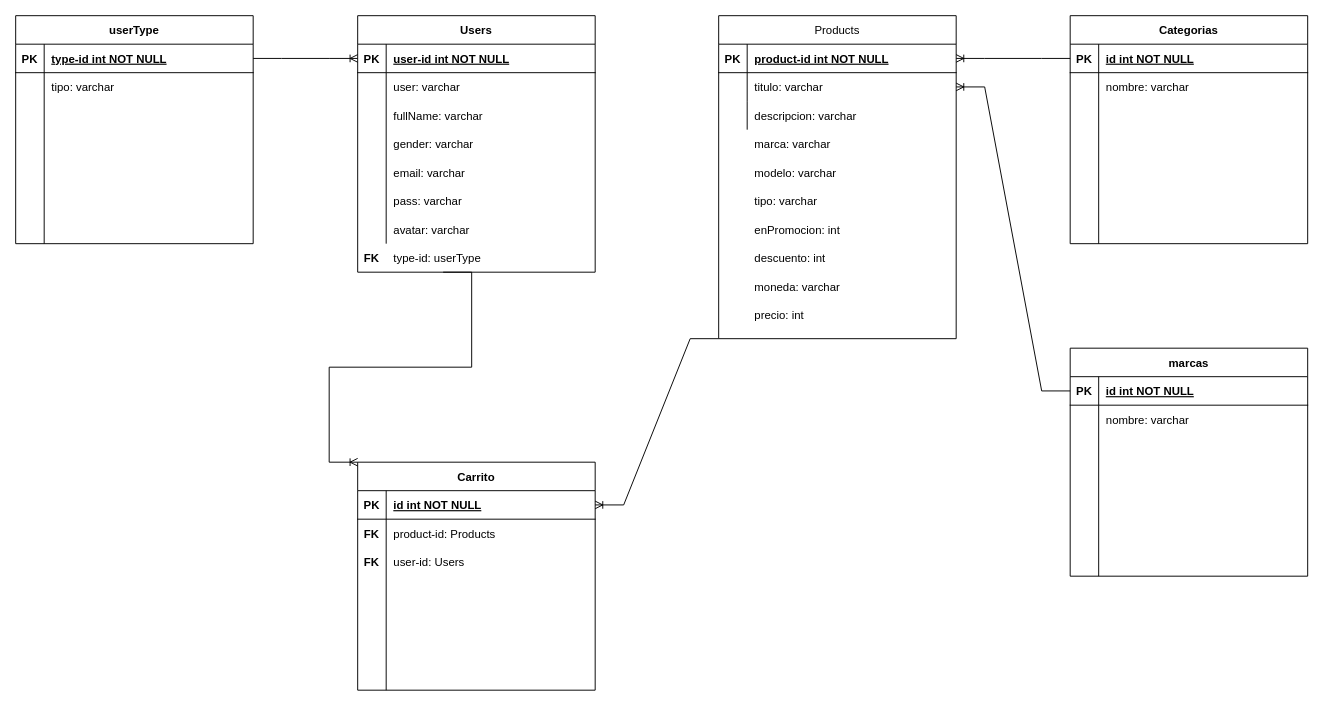
Above: diagrama-db.drawio in LuisMalpeli/grupo_7_DigitalMarket (draw.io), before the change. Source tidied: cells renumbered, new cells numbered last; positions are measured from the earlier drawing's top-left corner, leaving out a move shared by most shapes. Both pictures are drawn from the tidied source at 95%, with x=0, y=0 at pixel (15, 15).
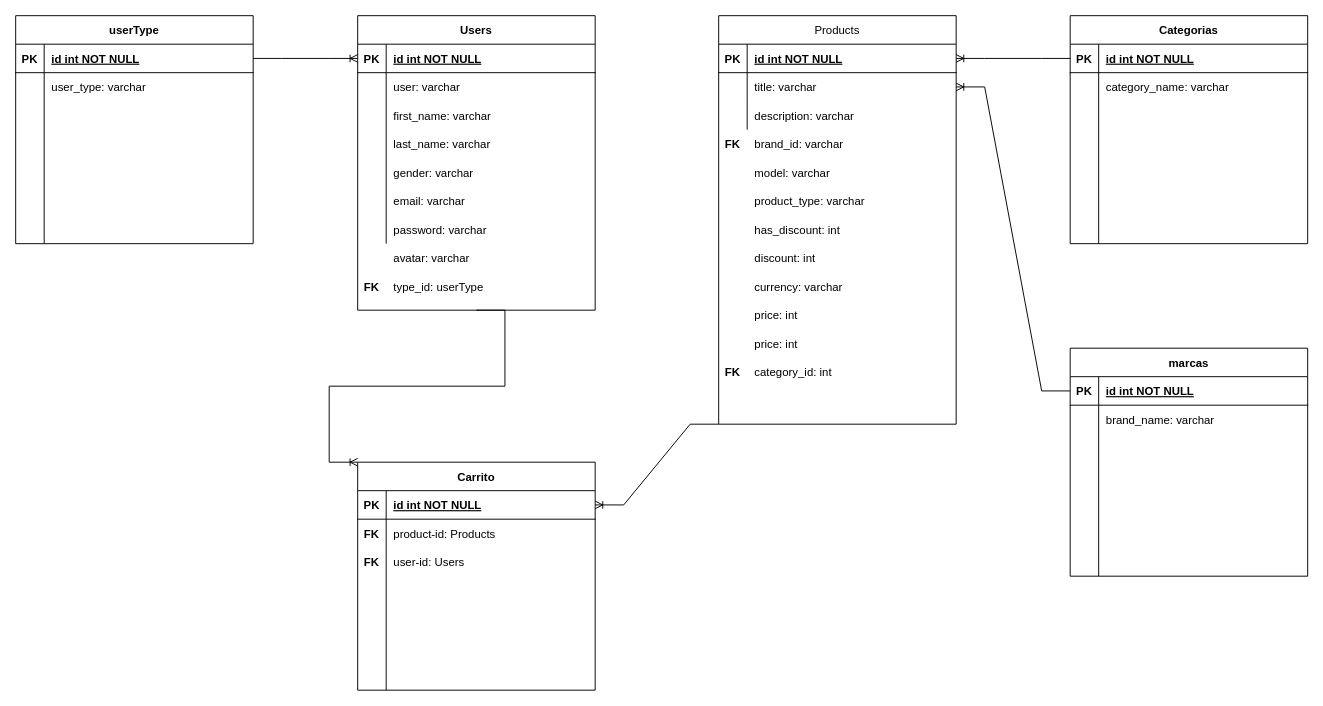
The same page after the edit.

The change refers to these unchanged cells:
```xml
<mxCell id="3" style="shape=partialRectangle;fillColor=none;points=[[0,0.5],[1,0.5]];portConstraint=eastwest;top=0;left=0;right=0;bottom=1;" parent="2" vertex="1">
  <mxGeometry y="30" width="250" height="30" as="geometry" />
</mxCell>
<mxCell id="6" style="shape=partialRectangle;fillColor=none;points=[[0,0.5],[1,0.5]];portConstraint=eastwest;top=0;left=0;right=0;bottom=0;" parent="2" vertex="1">
  <mxGeometry y="60" width="250" height="30" as="geometry" />
</mxCell>
<mxCell id="9" style="shape=partialRectangle;fillColor=none;top=0;left=0;right=0;bottom=0;" parent="2" vertex="1">
  <mxGeometry y="90" width="250" height="30" as="geometry" />
</mxCell>
<mxCell id="13" style="shape=partialRectangle;fillColor=none;points=[[0,0.5],[1,0.5]];portConstraint=eastwest;top=0;left=0;right=0;bottom=1;" parent="12" vertex="1">
  <mxGeometry y="30" width="250" height="30" as="geometry" />
</mxCell>
<mxCell id="61" style="shape=partialRectangle;fillColor=none;points=[[0,0.5],[1,0.5]];portConstraint=eastwest;top=0;left=0;right=0;bottom=1;" parent="60" vertex="1">
  <mxGeometry y="30" width="250" height="30" as="geometry" />
</mxCell>
```

Diff of the diagram source:
```diff
@@
     <mxCell id="2" value="Products" style="shape=table;startSize=30;childLayout=tableLayout;rowLines=0;fontStyle=0;align=center;" parent="1" vertex="1">
-      <mxGeometry x="740" width="250" height="340" as="geometry" />
+      <mxGeometry x="740" width="250" height="430" as="geometry" />
     </mxCell>
@@
-    <mxCell id="5" value="product-id int NOT NULL" style="shape=partialRectangle;overflow=hidden;fillColor=none;top=0;left=0;bottom=0;right=0;align=left;spacingLeft=6;fontStyle=5;" parent="3" vertex="1">
+    <mxCell id="5" value="id int NOT NULL" style="shape=partialRectangle;overflow=hidden;fillColor=none;top=0;left=0;bottom=0;right=0;align=left;spacingLeft=6;fontStyle=5;" parent="3" vertex="1">
       <mxGeometry x="30" width="220" height="30" as="geometry" />
     </mxCell>
@@
-    <mxCell id="8" value="titulo: varchar" style="shape=partialRectangle;overflow=hidden;fillColor=none;top=0;left=0;bottom=0;right=0;align=left;spacingLeft=6;" parent="6" vertex="1">
+    <mxCell id="8" value="title: varchar" style="shape=partialRectangle;overflow=hidden;fillColor=none;top=0;left=0;bottom=0;right=0;align=left;spacingLeft=6;" parent="6" vertex="1">
       <mxGeometry x="30" width="220" height="30" as="geometry" />
     </mxCell>
@@
-    <mxCell id="11" value="descripcion: varchar" style="shape=partialRectangle;overflow=hidden;fillColor=none;top=0;left=0;bottom=0;right=0;align=left;spacingLeft=6;" parent="9" vertex="1">
+    <mxCell id="11" value="description: varchar" style="shape=partialRectangle;overflow=hidden;fillColor=none;top=0;left=0;bottom=0;right=0;align=left;spacingLeft=6;" parent="9" vertex="1">
       <mxGeometry x="30" width="220" height="30" as="geometry" />
     </mxCell>
     <mxCell id="12" value="Users" style="shape=table;startSize=30;childLayout=tableLayout;rowLines=0;fontStyle=1;align=center;" parent="1" vertex="1">
-      <mxGeometry x="360" width="250" height="270" as="geometry" />
+      <mxGeometry x="360" width="250" height="310" as="geometry" />
     </mxCell>
@@
-    <mxCell id="15" value="user-id int NOT NULL " style="shape=partialRectangle;overflow=hidden;fillColor=none;top=0;left=0;bottom=0;right=0;align=left;spacingLeft=6;fontStyle=5;" parent="13" vertex="1">
+    <mxCell id="15" value="id int NOT NULL " style="shape=partialRectangle;overflow=hidden;fillColor=none;top=0;left=0;bottom=0;right=0;align=left;spacingLeft=6;fontStyle=5;" parent="13" vertex="1">
       <mxGeometry x="30" width="220" height="30" as="geometry" />
     </mxCell>
@@
-    <mxCell id="20" value="fullName: varchar" style="shape=partialRectangle;overflow=hidden;fillColor=none;top=0;left=0;bottom=0;right=0;align=left;spacingLeft=6;" parent="1" vertex="1">
+    <mxCell id="20" value="first_name: varchar" style="shape=partialRectangle;overflow=hidden;fillColor=none;top=0;left=0;bottom=0;right=0;align=left;spacingLeft=6;" parent="1" vertex="1">
       <mxGeometry x="390" y="90" width="220" height="30" as="geometry" />
     </mxCell>
     <mxCell id="21" value="gender: varchar" style="shape=partialRectangle;overflow=hidden;fillColor=none;top=0;left=0;bottom=0;right=0;align=left;spacingLeft=6;" parent="1" vertex="1">
-      <mxGeometry x="390" y="120" width="220" height="30" as="geometry" />
+      <mxGeometry x="390" y="150" width="220" height="30" as="geometry" />
     </mxCell>
     <mxCell id="22" value="email: varchar" style="shape=partialRectangle;overflow=hidden;fillColor=none;top=0;left=0;bottom=0;right=0;align=left;spacingLeft=6;" parent="1" vertex="1">
-      <mxGeometry x="390" y="150" width="220" height="30" as="geometry" />
+      <mxGeometry x="390" y="180" width="220" height="30" as="geometry" />
     </mxCell>
-    <mxCell id="23" value="pass: varchar" style="shape=partialRectangle;overflow=hidden;fillColor=none;top=0;left=0;bottom=0;right=0;align=left;spacingLeft=6;" parent="1" vertex="1">
-      <mxGeometry x="390" y="180" width="220" height="30" as="geometry" />
+    <mxCell id="23" value="password: varchar" style="shape=partialRectangle;overflow=hidden;fillColor=none;top=0;left=0;bottom=0;right=0;align=left;spacingLeft=6;" parent="1" vertex="1">
+      <mxGeometry x="390" y="210" width="220" height="30" as="geometry" />
     </mxCell>
     <mxCell id="24" value="avatar: varchar" style="shape=partialRectangle;overflow=hidden;fillColor=none;top=0;left=0;bottom=0;right=0;align=left;spacingLeft=6;" parent="1" vertex="1">
-      <mxGeometry x="390" y="210" width="220" height="30" as="geometry" />
+      <mxGeometry x="390" y="240" width="220" height="30" as="geometry" />
     </mxCell>
-    <mxCell id="25" value="type-id: userType" style="shape=partialRectangle;overflow=hidden;fillColor=none;top=0;left=0;bottom=0;right=0;align=left;spacingLeft=6;" parent="1" vertex="1">
-      <mxGeometry x="390" y="240" width="220" height="30" as="geometry" />
+    <mxCell id="25" value="type_id: userType" style="shape=partialRectangle;overflow=hidden;fillColor=none;top=0;left=0;bottom=0;right=0;align=left;spacingLeft=6;" parent="1" vertex="1">
+      <mxGeometry x="390" y="270" width="220" height="30" as="geometry" />
     </mxCell>
-    <mxCell id="26" value="marca: varchar" style="shape=partialRectangle;overflow=hidden;fillColor=none;top=0;left=0;bottom=0;right=0;align=left;spacingLeft=6;" parent="1" vertex="1">
+    <mxCell id="26" value="brand_id: varchar" style="shape=partialRectangle;overflow=hidden;fillColor=none;top=0;left=0;bottom=0;right=0;align=left;spacingLeft=6;" parent="1" vertex="1">
       <mxGeometry x="770" y="120" width="220" height="30" as="geometry" />
     </mxCell>
-    <mxCell id="27" value="modelo: varchar" style="shape=partialRectangle;overflow=hidden;fillColor=none;top=0;left=0;bottom=0;right=0;align=left;spacingLeft=6;" parent="1" vertex="1">
+    <mxCell id="27" value="model: varchar" style="shape=partialRectangle;overflow=hidden;fillColor=none;top=0;left=0;bottom=0;right=0;align=left;spacingLeft=6;" parent="1" vertex="1">
       <mxGeometry x="770" y="150" width="220" height="30" as="geometry" />
     </mxCell>
-    <mxCell id="28" value="tipo: varchar" style="shape=partialRectangle;overflow=hidden;fillColor=none;top=0;left=0;bottom=0;right=0;align=left;spacingLeft=6;" parent="1" vertex="1">
+    <mxCell id="28" value="product_type: varchar" style="shape=partialRectangle;overflow=hidden;fillColor=none;top=0;left=0;bottom=0;right=0;align=left;spacingLeft=6;" parent="1" vertex="1">
       <mxGeometry x="770" y="180" width="220" height="30" as="geometry" />
     </mxCell>
-    <mxCell id="29" value="enPromocion: int" style="shape=partialRectangle;overflow=hidden;fillColor=none;top=0;left=0;bottom=0;right=0;align=left;spacingLeft=6;" parent="1" vertex="1">
+    <mxCell id="29" value="has_discount: int" style="shape=partialRectangle;overflow=hidden;fillColor=none;top=0;left=0;bottom=0;right=0;align=left;spacingLeft=6;" parent="1" vertex="1">
       <mxGeometry x="770" y="210" width="220" height="30" as="geometry" />
     </mxCell>
-    <mxCell id="30" value="descuento: int" style="shape=partialRectangle;overflow=hidden;fillColor=none;top=0;left=0;bottom=0;right=0;align=left;spacingLeft=6;" parent="1" vertex="1">
+    <mxCell id="30" value="discount: int" style="shape=partialRectangle;overflow=hidden;fillColor=none;top=0;left=0;bottom=0;right=0;align=left;spacingLeft=6;" parent="1" vertex="1">
       <mxGeometry x="770" y="240" width="220" height="30" as="geometry" />
     </mxCell>
-    <mxCell id="31" value="moneda: varchar" style="shape=partialRectangle;overflow=hidden;fillColor=none;top=0;left=0;bottom=0;right=0;align=left;spacingLeft=6;" parent="1" vertex="1">
+    <mxCell id="31" value="currency: varchar" style="shape=partialRectangle;overflow=hidden;fillColor=none;top=0;left=0;bottom=0;right=0;align=left;spacingLeft=6;" parent="1" vertex="1">
       <mxGeometry x="770" y="270" width="220" height="30" as="geometry" />
     </mxCell>
-    <mxCell id="32" value="precio: int" style="shape=partialRectangle;overflow=hidden;fillColor=none;top=0;left=0;bottom=0;right=0;align=left;spacingLeft=6;" parent="1" vertex="1">
+    <mxCell id="32" value="price: int" style="shape=partialRectangle;overflow=hidden;fillColor=none;top=0;left=0;bottom=0;right=0;align=left;spacingLeft=6;" parent="1" vertex="1">
       <mxGeometry x="770" y="300" width="220" height="30" as="geometry" />
     </mxCell>
@@
-    <mxCell id="40" value="nombre: varchar" style="shape=partialRectangle;overflow=hidden;fillColor=none;top=0;left=0;bottom=0;right=0;align=left;spacingLeft=6;" parent="1" vertex="1">
+    <mxCell id="40" value="category_name: varchar" style="shape=partialRectangle;overflow=hidden;fillColor=none;top=0;left=0;bottom=0;right=0;align=left;spacingLeft=6;" parent="1" vertex="1">
       <mxGeometry x="1140" y="60" width="220" height="30" as="geometry" />
     </mxCell>
@@
-    <mxCell id="48" value="nombre: varchar" style="shape=partialRectangle;overflow=hidden;fillColor=none;top=0;left=0;bottom=0;right=0;align=left;spacingLeft=6;" parent="1" vertex="1">
+    <mxCell id="48" value="brand_name: varchar" style="shape=partialRectangle;overflow=hidden;fillColor=none;top=0;left=0;bottom=0;right=0;align=left;spacingLeft=6;" parent="1" vertex="1">
       <mxGeometry x="1140" y="410" width="220" height="30" as="geometry" />
     </mxCell>
@@
-    <mxCell id="63" value="type-id int NOT NULL " style="shape=partialRectangle;overflow=hidden;fillColor=none;top=0;left=0;bottom=0;right=0;align=left;spacingLeft=6;fontStyle=5;" parent="61" vertex="1">
+    <mxCell id="63" value="id int NOT NULL " style="shape=partialRectangle;overflow=hidden;fillColor=none;top=0;left=0;bottom=0;right=0;align=left;spacingLeft=6;fontStyle=5;" parent="61" vertex="1">
       <mxGeometry x="30" width="220" height="30" as="geometry" />
     </mxCell>
@@
     <mxCell id="67" value="FK" style="shape=partialRectangle;overflow=hidden;fillColor=none;top=0;left=0;bottom=0;right=0;fontStyle=1;" parent="1" vertex="1">
-      <mxGeometry x="360" y="240" width="30" height="30" as="geometry" />
+      <mxGeometry x="360" y="270" width="30" height="30" as="geometry" />
     </mxCell>
-    <mxCell id="68" value="tipo: varchar" style="shape=partialRectangle;overflow=hidden;fillColor=none;top=0;left=0;bottom=0;right=0;align=left;spacingLeft=6;" parent="1" vertex="1">
+    <mxCell id="68" value="user_type: varchar" style="shape=partialRectangle;overflow=hidden;fillColor=none;top=0;left=0;bottom=0;right=0;align=left;spacingLeft=6;" parent="1" vertex="1">
       <mxGeometry x="30" y="60" width="220" height="30" as="geometry" />
     </mxCell>
@@
-    <mxCell id="73" style="edgeStyle=entityRelationEdgeStyle;fontSize=12;html=1;endArrow=ERoneToMany;rounded=0;" parent="1" edge="1">
+    <mxCell id="73" style="edgeStyle=entityRelationEdgeStyle;fontSize=12;html=1;endArrow=ERoneToMany;rounded=0;exitX=0.5;exitY=1;exitDx=0;exitDy=0;" parent="1" edge="1" source="12">
       <mxGeometry relative="1" as="geometry">
-        <mxPoint x="450" y="270" as="sourcePoint" />
         <mxPoint x="360" y="470" as="targetPoint" />
       </mxGeometry>
     </mxCell>
+    <mxCell id="74" value="last_name: varchar" style="shape=partialRectangle;overflow=hidden;fillColor=none;top=0;left=0;bottom=0;right=0;align=left;spacingLeft=6;" parent="1" vertex="1">
+      <mxGeometry x="390" y="120" width="220" height="30" as="geometry" />
+    </mxCell>
+    <mxCell id="75" value="FK" style="shape=partialRectangle;overflow=hidden;fillColor=none;top=0;left=0;bottom=0;right=0;fontStyle=1;" parent="1" vertex="1">
+      <mxGeometry x="740" y="120" width="30" height="30" as="geometry" />
+    </mxCell>
+    <mxCell id="76" value="category_id: int" style="shape=partialRectangle;overflow=hidden;fillColor=none;top=0;left=0;bottom=0;right=0;align=left;spacingLeft=6;" parent="1" vertex="1">
+      <mxGeometry x="770" y="360" width="220" height="30" as="geometry" />
+    </mxCell>
+    <mxCell id="77" value="FK" style="shape=partialRectangle;overflow=hidden;fillColor=none;top=0;left=0;bottom=0;right=0;fontStyle=1;" parent="1" vertex="1">
+      <mxGeometry x="740" y="360" width="30" height="30" as="geometry" />
+    </mxCell>
+    <mxCell id="78" value="price: int" style="shape=partialRectangle;overflow=hidden;fillColor=none;top=0;left=0;bottom=0;right=0;align=left;spacingLeft=6;" parent="1" vertex="1">
+      <mxGeometry x="770" y="330" width="220" height="30" as="geometry" />
+    </mxCell>
```
